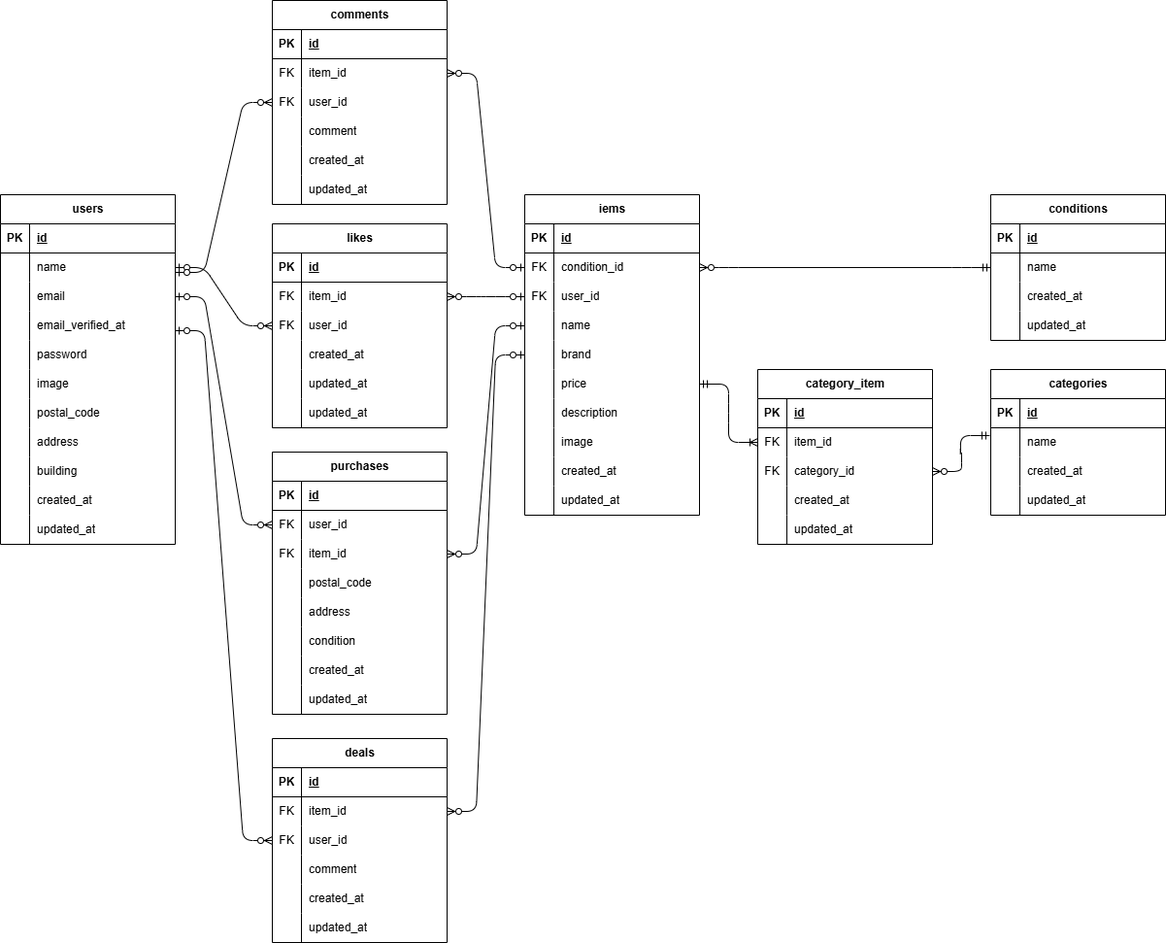
s-kiso/flea-market keeps this draw.io diagram as er.drawio.png. Above is the earlier version. Source tidied: cells renumbered, new cells last; positions are measured from the earlier drawing's top-left corner, leaving out a move shared by most shapes.
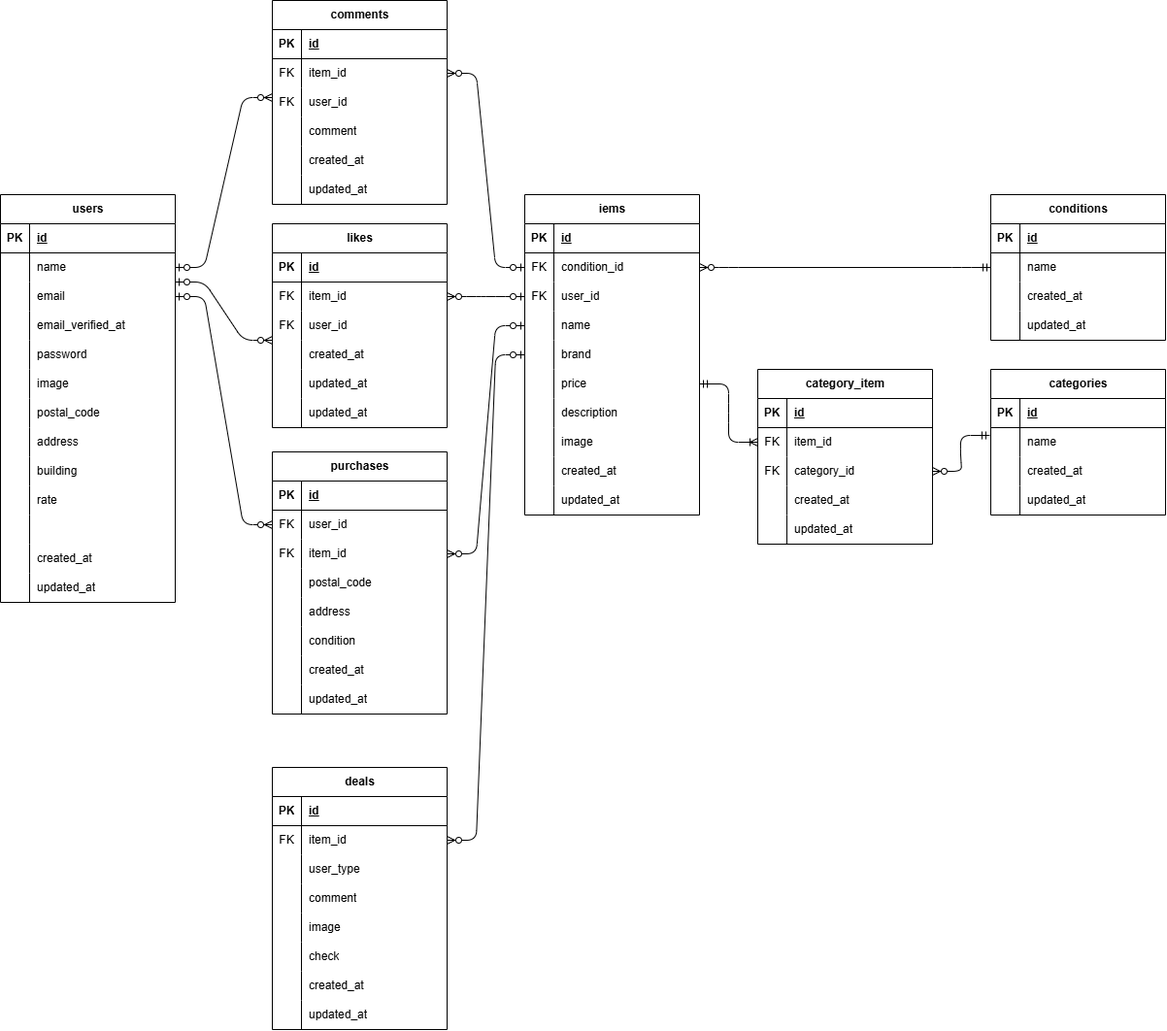
Later version of the same file.

Diff of the diagram source:
```diff
@@ -222,7 +222,7 @@
       <mxGeometry x="30" width="150" height="30" as="geometry" />
     </mxCell>
     <mxCell id="75" value="users" style="shape=table;startSize=30;rowLines=0;fontStyle=1;align=center;html=1;" parent="1" vertex="1">
-      <mxGeometry y="200" width="180" height="360" as="geometry" />
+      <mxGeometry y="200" width="180" height="420" as="geometry" />
     </mxCell>
     <mxCell id="76" style="shape=tableRow;horizontal=0;startSize=0;swimlaneHead=0;swimlaneBody=0;fillColor=none;top=0;left=0;right=0;bottom=1;" parent="75" vertex="1">
       <mxGeometry y="30" width="180" height="30" as="geometry" />
@@ -305,8 +305,26 @@
     <mxCell id="102" value="building" style="shape=partialRectangle;fillColor=none;top=0;left=0;bottom=0;right=0;align=left;spacingLeft=6;overflow=hidden;whiteSpace=wrap;html=1;" parent="100" vertex="1">
       <mxGeometry x="30" width="150" height="30" as="geometry" />
     </mxCell>
+    <mxCell id="202" style="shape=tableRow;horizontal=0;startSize=0;swimlaneHead=0;swimlaneBody=0;fillColor=none;top=0;left=0;right=0;bottom=0;" parent="75" vertex="1">
+      <mxGeometry y="300" width="180" height="30" as="geometry" />
+    </mxCell>
+    <mxCell id="203" style="shape=partialRectangle;fillColor=none;top=0;left=0;bottom=0;right=0;overflow=hidden;whiteSpace=wrap;html=1;" parent="202" vertex="1">
+      <mxGeometry width="30" height="30" as="geometry" />
+    </mxCell>
+    <mxCell id="204" value="rate" style="shape=partialRectangle;fillColor=none;top=0;left=0;bottom=0;right=0;align=left;spacingLeft=6;overflow=hidden;whiteSpace=wrap;html=1;" parent="202" vertex="1">
+      <mxGeometry x="30" width="150" height="30" as="geometry" />
+    </mxCell>
+    <mxCell id="205" style="shape=tableRow;horizontal=0;startSize=0;swimlaneHead=0;swimlaneBody=0;fillColor=none;top=0;left=0;right=0;bottom=0;" parent="75" vertex="1">
+      <mxGeometry y="330" width="180" height="30" as="geometry" />
+    </mxCell>
+    <mxCell id="206" style="shape=partialRectangle;fillColor=none;top=0;left=0;bottom=0;right=0;overflow=hidden;whiteSpace=wrap;html=1;" parent="205" vertex="1">
+      <mxGeometry width="30" height="30" as="geometry" />
+    </mxCell>
+    <mxCell id="207" style="shape=partialRectangle;fillColor=none;top=0;left=0;bottom=0;right=0;align=left;spacingLeft=6;overflow=hidden;whiteSpace=wrap;html=1;" parent="205" vertex="1">
+      <mxGeometry x="30" width="150" height="30" as="geometry" />
+    </mxCell>
     <mxCell id="103" style="shape=tableRow;horizontal=0;startSize=0;swimlaneHead=0;swimlaneBody=0;fillColor=none;top=0;left=0;right=0;bottom=0;" parent="75" vertex="1">
-      <mxGeometry y="300" width="180" height="30" as="geometry" />
+      <mxGeometry y="360" width="180" height="30" as="geometry" />
     </mxCell>
     <mxCell id="104" style="shape=partialRectangle;fillColor=none;top=0;left=0;bottom=0;right=0;overflow=hidden;whiteSpace=wrap;html=1;" parent="103" vertex="1">
       <mxGeometry width="30" height="30" as="geometry" />
@@ -315,7 +333,7 @@
       <mxGeometry x="30" width="150" height="30" as="geometry" />
     </mxCell>
     <mxCell id="106" style="shape=tableRow;horizontal=0;startSize=0;swimlaneHead=0;swimlaneBody=0;fillColor=none;top=0;left=0;right=0;bottom=0;" parent="75" vertex="1">
-      <mxGeometry y="330" width="180" height="30" as="geometry" />
+      <mxGeometry y="390" width="180" height="30" as="geometry" />
     </mxCell>
     <mxCell id="107" style="shape=partialRectangle;fillColor=none;top=0;left=0;bottom=0;right=0;overflow=hidden;whiteSpace=wrap;html=1;" parent="106" vertex="1">
       <mxGeometry width="30" height="30" as="geometry" />
@@ -521,8 +539,11 @@
     <mxCell id="174" style="edgeStyle=entityRelationEdgeStyle;fontSize=12;html=1;endArrow=ERzeroToMany;startArrow=ERmandOne;exitX=0;exitY=0.5;exitDx=0;exitDy=0;entryX=1;entryY=0.5;entryDx=0;entryDy=0;" parent="1" edge="1" source="37" target="6">
       <mxGeometry relative="1" as="geometry" />
     </mxCell>
-    <mxCell id="175" style="edgeStyle=entityRelationEdgeStyle;fontSize=12;html=1;endArrow=ERzeroToMany;startArrow=ERzeroToOne;exitX=1;exitY=0.5;exitDx=0;exitDy=0;entryX=0;entryY=0.5;entryDx=0;entryDy=0;" parent="1" edge="1" source="79" target="116">
-      <mxGeometry relative="1" as="geometry" />
+    <mxCell id="175" style="edgeStyle=entityRelationEdgeStyle;fontSize=12;html=1;endArrow=ERzeroToMany;startArrow=ERzeroToOne;exitX=1;exitY=0.5;exitDx=0;exitDy=0;entryX=0;entryY=0.5;entryDx=0;entryDy=0;" parent="1" edge="1">
+      <mxGeometry relative="1" as="geometry">
+        <mxPoint x="180" y="290" as="sourcePoint" />
+        <mxPoint x="280" y="350" as="targetPoint" />
+      </mxGeometry>
     </mxCell>
     <mxCell id="176" style="edgeStyle=entityRelationEdgeStyle;fontSize=12;html=1;endArrow=ERzeroToMany;startArrow=ERzeroToOne;exitX=0;exitY=0.5;exitDx=0;exitDy=0;entryX=1;entryY=0.5;entryDx=0;entryDy=0;" parent="1" edge="1" source="9" target="113">
       <mxGeometry relative="1" as="geometry" />
@@ -530,9 +551,10 @@
     <mxCell id="177" style="edgeStyle=entityRelationEdgeStyle;fontSize=12;html=1;endArrow=ERzeroToMany;startArrow=ERzeroToOne;exitX=0;exitY=0.5;exitDx=0;exitDy=0;entryX=1;entryY=0.5;entryDx=0;entryDy=0;" parent="1" edge="1" source="6" target="132">
       <mxGeometry relative="1" as="geometry" />
     </mxCell>
-    <mxCell id="178" style="edgeStyle=entityRelationEdgeStyle;fontSize=12;html=1;endArrow=ERzeroToMany;startArrow=ERzeroToOne;exitX=0;exitY=0.5;exitDx=0;exitDy=0;entryX=0;entryY=0.5;entryDx=0;entryDy=0;" parent="1" edge="1" target="135">
+    <mxCell id="178" style="edgeStyle=entityRelationEdgeStyle;fontSize=12;html=1;endArrow=ERzeroToMany;startArrow=ERzeroToOne;exitX=0;exitY=0.5;exitDx=0;exitDy=0;entryX=0;entryY=0.5;entryDx=0;entryDy=0;" parent="1" edge="1">
       <mxGeometry relative="1" as="geometry">
-        <mxPoint x="180" y="280" as="sourcePoint" />
+        <mxPoint x="180" y="275" as="sourcePoint" />
+        <mxPoint x="280" y="100" as="targetPoint" />
       </mxGeometry>
     </mxCell>
     <mxCell id="179" style="edgeStyle=entityRelationEdgeStyle;fontSize=12;html=1;endArrow=ERzeroToMany;startArrow=ERzeroToOne;exitX=1;exitY=0.5;exitDx=0;exitDy=0;entryX=0;entryY=0.5;entryDx=0;entryDy=0;" parent="1" edge="1" source="82" target="151">
@@ -542,7 +564,7 @@
       <mxGeometry relative="1" as="geometry" />
     </mxCell>
     <mxCell id="181" value="deals" style="shape=table;startSize=30;rowLines=0;fontStyle=1;align=center;html=1;" parent="1" vertex="1">
-      <mxGeometry x="280" y="760" width="180" height="210" as="geometry" />
+      <mxGeometry x="280" y="790" width="180" height="270" as="geometry" />
     </mxCell>
     <mxCell id="182" style="shape=tableRow;horizontal=0;startSize=0;swimlaneHead=0;swimlaneBody=0;fillColor=none;top=0;left=0;right=0;bottom=1;" parent="181" vertex="1">
       <mxGeometry y="30" width="180" height="30" as="geometry" />
@@ -565,10 +587,10 @@
     <mxCell id="188" style="shape=tableRow;horizontal=0;startSize=0;swimlaneHead=0;swimlaneBody=0;fillColor=none;points=[[0,0.5],[1,0.5]];portConstraint=eastwest;top=0;left=0;right=0;bottom=0;" parent="181" vertex="1">
       <mxGeometry y="90" width="180" height="30" as="geometry" />
     </mxCell>
-    <mxCell id="189" value="FK" style="shape=partialRectangle;fillColor=none;top=0;left=0;bottom=0;right=0;overflow=hidden;whiteSpace=wrap;html=1;" parent="188" vertex="1">
+    <mxCell id="189" style="shape=partialRectangle;fillColor=none;top=0;left=0;bottom=0;right=0;overflow=hidden;whiteSpace=wrap;html=1;" parent="188" vertex="1">
       <mxGeometry width="30" height="30" as="geometry" />
     </mxCell>
-    <mxCell id="190" value="user_id" style="shape=partialRectangle;fillColor=none;top=0;left=0;bottom=0;right=0;align=left;spacingLeft=6;overflow=hidden;whiteSpace=wrap;html=1;" parent="188" vertex="1">
+    <mxCell id="190" value="user_type" style="shape=partialRectangle;fillColor=none;top=0;left=0;bottom=0;right=0;align=left;spacingLeft=6;overflow=hidden;whiteSpace=wrap;html=1;" parent="188" vertex="1">
       <mxGeometry x="30" width="150" height="30" as="geometry" />
     </mxCell>
     <mxCell id="191" style="shape=tableRow;horizontal=0;startSize=0;swimlaneHead=0;swimlaneBody=0;fillColor=none;top=0;left=0;right=0;bottom=0;" parent="181" vertex="1">
@@ -580,8 +602,26 @@
     <mxCell id="193" value="comment" style="shape=partialRectangle;fillColor=none;top=0;left=0;bottom=0;right=0;align=left;spacingLeft=6;overflow=hidden;whiteSpace=wrap;html=1;" parent="191" vertex="1">
       <mxGeometry x="30" width="150" height="30" as="geometry" />
     </mxCell>
+    <mxCell id="208" style="shape=tableRow;horizontal=0;startSize=0;swimlaneHead=0;swimlaneBody=0;fillColor=none;top=0;left=0;right=0;bottom=0;" parent="181" vertex="1">
+      <mxGeometry y="150" width="180" height="30" as="geometry" />
+    </mxCell>
+    <mxCell id="209" style="shape=partialRectangle;fillColor=none;top=0;left=0;bottom=0;right=0;overflow=hidden;whiteSpace=wrap;html=1;" parent="208" vertex="1">
+      <mxGeometry width="30" height="30" as="geometry" />
+    </mxCell>
+    <mxCell id="210" value="image" style="shape=partialRectangle;fillColor=none;top=0;left=0;bottom=0;right=0;align=left;spacingLeft=6;overflow=hidden;whiteSpace=wrap;html=1;" parent="208" vertex="1">
+      <mxGeometry x="30" width="150" height="30" as="geometry" />
+    </mxCell>
+    <mxCell id="211" style="shape=tableRow;horizontal=0;startSize=0;swimlaneHead=0;swimlaneBody=0;fillColor=none;top=0;left=0;right=0;bottom=0;" parent="181" vertex="1">
+      <mxGeometry y="180" width="180" height="30" as="geometry" />
+    </mxCell>
+    <mxCell id="212" style="shape=partialRectangle;fillColor=none;top=0;left=0;bottom=0;right=0;overflow=hidden;whiteSpace=wrap;html=1;" parent="211" vertex="1">
+      <mxGeometry width="30" height="30" as="geometry" />
+    </mxCell>
+    <mxCell id="213" value="check" style="shape=partialRectangle;fillColor=none;top=0;left=0;bottom=0;right=0;align=left;spacingLeft=6;overflow=hidden;whiteSpace=wrap;html=1;" parent="211" vertex="1">
+      <mxGeometry x="30" width="150" height="30" as="geometry" />
+    </mxCell>
     <mxCell id="194" style="shape=tableRow;horizontal=0;startSize=0;swimlaneHead=0;swimlaneBody=0;fillColor=none;top=0;left=0;right=0;bottom=0;" parent="181" vertex="1">
-      <mxGeometry y="150" width="180" height="30" as="geometry" />
+      <mxGeometry y="210" width="180" height="30" as="geometry" />
     </mxCell>
     <mxCell id="195" style="shape=partialRectangle;fillColor=none;top=0;left=0;bottom=0;right=0;overflow=hidden;whiteSpace=wrap;html=1;" parent="194" vertex="1">
       <mxGeometry width="30" height="30" as="geometry" />
@@ -590,7 +630,7 @@
       <mxGeometry x="30" width="150" height="30" as="geometry" />
     </mxCell>
     <mxCell id="197" style="shape=tableRow;horizontal=0;startSize=0;swimlaneHead=0;swimlaneBody=0;fillColor=none;top=0;left=0;right=0;bottom=0;" parent="181" vertex="1">
-      <mxGeometry y="180" width="180" height="30" as="geometry" />
+      <mxGeometry y="240" width="180" height="30" as="geometry" />
     </mxCell>
     <mxCell id="198" style="shape=partialRectangle;fillColor=none;top=0;left=0;bottom=0;right=0;overflow=hidden;whiteSpace=wrap;html=1;" parent="197" vertex="1">
       <mxGeometry width="30" height="30" as="geometry" />
@@ -598,11 +638,6 @@
     <mxCell id="199" value="updated_at" style="shape=partialRectangle;fillColor=none;top=0;left=0;bottom=0;right=0;align=left;spacingLeft=6;overflow=hidden;whiteSpace=wrap;html=1;" parent="197" vertex="1">
       <mxGeometry x="30" width="150" height="30" as="geometry" />
     </mxCell>
-    <mxCell id="200" style="edgeStyle=entityRelationEdgeStyle;fontSize=12;html=1;endArrow=ERzeroToMany;startArrow=ERzeroToOne;exitX=1;exitY=0.5;exitDx=0;exitDy=0;entryX=0;entryY=0.5;entryDx=0;entryDy=0;" parent="1" edge="1" target="188">
-      <mxGeometry relative="1" as="geometry">
-        <mxPoint x="180" y="340" as="sourcePoint" />
-      </mxGeometry>
-    </mxCell>
     <mxCell id="201" style="edgeStyle=entityRelationEdgeStyle;fontSize=12;html=1;endArrow=ERzeroToMany;startArrow=ERzeroToOne;exitX=0;exitY=0.5;exitDx=0;exitDy=0;entryX=1;entryY=0.5;entryDx=0;entryDy=0;" parent="1" edge="1" source="15" target="185">
       <mxGeometry relative="1" as="geometry" />
     </mxCell>
```
